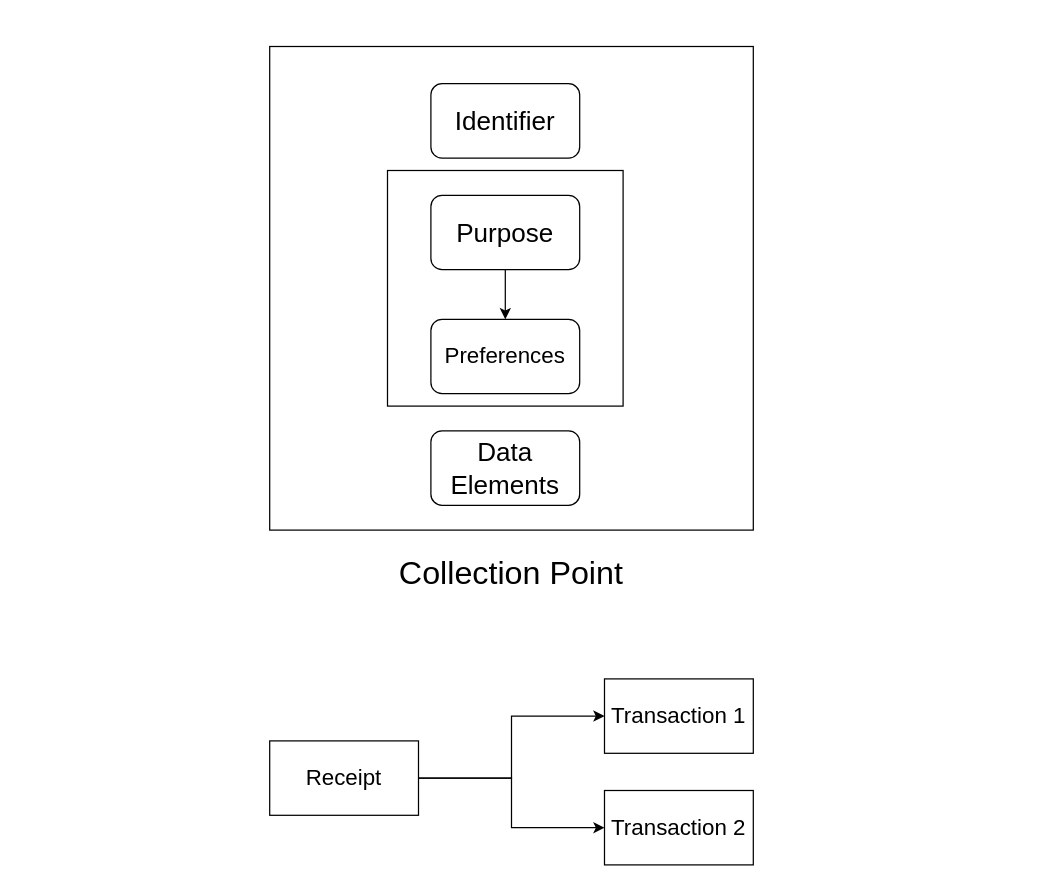
flatbox-developers/draw.io keeps this draw.io diagram as ot-training.drawio. Above is the earlier version. Source tidied: cells renumbered, new cells numbered last; positions are measured from the earlier drawing's top-left corner, leaving out a move shared by most shapes. Both pictures are drawn from the tidied source at 124%, with x=0, y=0 at pixel (269, 46).
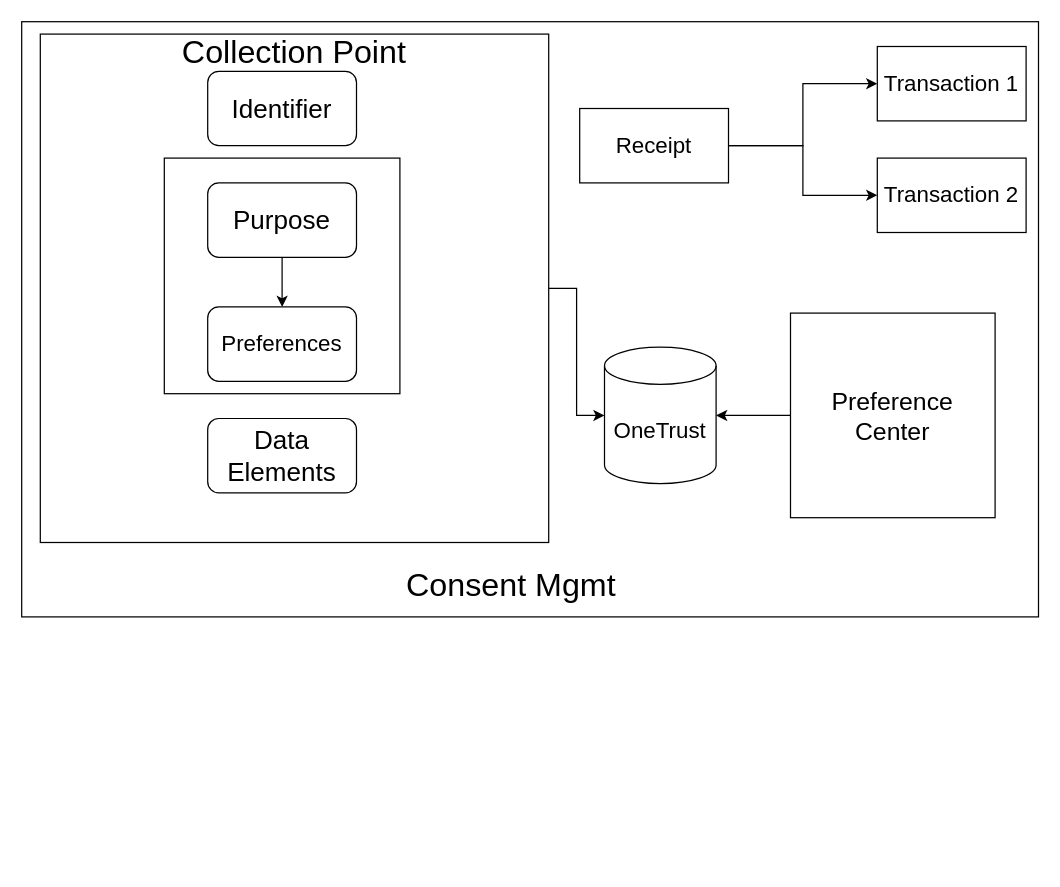
After the change.

Commit message:
consent mgmt overall

What changed in the source:
```diff
@@
+    <mxCell id="15" style="rounded=0;whiteSpace=wrap;html=1;" parent="1" vertex="1">
+      <mxGeometry x="-200" y="-20" width="820" height="480" as="geometry" />
+    </mxCell>
     <mxCell id="2" style="whiteSpace=wrap;html=1;" parent="1" vertex="1">
-      <mxGeometry width="390" height="390" as="geometry" />
+      <mxGeometry x="-185" y="-10" width="410" height="410" as="geometry" />
     </mxCell>
     <mxCell id="3" value="&lt;font style=&quot;font-size: 21px;&quot;&gt;Identifier&lt;/font&gt;" style="rounded=1;whiteSpace=wrap;html=1;" parent="1" vertex="1">
-      <mxGeometry x="130" y="30" width="120" height="60" as="geometry" />
+      <mxGeometry x="-50" y="20" width="120" height="60" as="geometry" />
     </mxCell>
     <mxCell id="4" style="whiteSpace=wrap;html=1;" parent="1" vertex="1">
-      <mxGeometry x="95" y="100" width="190" height="190" as="geometry" />
+      <mxGeometry x="-85" y="90" width="190" height="190" as="geometry" />
     </mxCell>
@@
     <mxCell id="6" value="&lt;font style=&quot;font-size: 21px;&quot;&gt;Purpose&lt;/font&gt;" style="rounded=1;whiteSpace=wrap;html=1;" parent="1" vertex="1">
-      <mxGeometry x="130" y="120" width="120" height="60" as="geometry" />
+      <mxGeometry x="-50" y="110" width="120" height="60" as="geometry" />
     </mxCell>
     <mxCell id="7" value="&lt;font style=&quot;font-size: 18px;&quot;&gt;Preferences&lt;/font&gt;" style="rounded=1;whiteSpace=wrap;html=1;" parent="1" vertex="1">
-      <mxGeometry x="130" y="220" width="120" height="60" as="geometry" />
+      <mxGeometry x="-50" y="210" width="120" height="60" as="geometry" />
     </mxCell>
     <mxCell id="8" value="&lt;font style=&quot;font-size: 21px;&quot;&gt;Data Elements&lt;/font&gt;" style="rounded=1;whiteSpace=wrap;html=1;" parent="1" vertex="1">
-      <mxGeometry x="130" y="310" width="120" height="60" as="geometry" />
+      <mxGeometry x="-50" y="300" width="120" height="60" as="geometry" />
     </mxCell>
     <mxCell id="9" value="&lt;font style=&quot;font-size: 26px;&quot;&gt;Collection Point&lt;/font&gt;" style="text;html=1;align=center;verticalAlign=middle;whiteSpace=wrap;rounded=0;" parent="1" vertex="1">
-      <mxGeometry x="60" y="400" width="270" height="50" as="geometry" />
+      <mxGeometry x="-115" y="-20" width="270" height="50" as="geometry" />
     </mxCell>
     <mxCell id="10" value="&lt;font style=&quot;font-size: 18px;&quot;&gt;Transaction 1&lt;/font&gt;" style="rounded=0;whiteSpace=wrap;html=1;" parent="1" vertex="1">
-      <mxGeometry x="270" y="510" width="120" height="60" as="geometry" />
+      <mxGeometry x="490" width="120" height="60" as="geometry" />
     </mxCell>
     <mxCell id="11" value="&lt;font style=&quot;font-size: 18px;&quot;&gt;Transaction 2&lt;/font&gt;" style="rounded=0;whiteSpace=wrap;html=1;" parent="1" vertex="1">
-      <mxGeometry x="270" y="600" width="120" height="60" as="geometry" />
+      <mxGeometry x="490" y="90" width="120" height="60" as="geometry" />
     </mxCell>
@@
     <mxCell id="14" value="&lt;font style=&quot;font-size: 18px;&quot;&gt;Receipt&lt;/font&gt;" style="rounded=0;whiteSpace=wrap;html=1;" parent="1" vertex="1">
-      <mxGeometry y="560" width="120" height="60" as="geometry" />
+      <mxGeometry x="250" y="50" width="120" height="60" as="geometry" />
     </mxCell>
+    <mxCell id="16" value="&lt;font style=&quot;font-size: 18px;&quot;&gt;OneTrust&lt;/font&gt;" style="shape=cylinder3;whiteSpace=wrap;html=1;boundedLbl=1;backgroundOutline=1;size=15;" parent="1" vertex="1">
+      <mxGeometry x="270" y="242.5" width="90" height="110" as="geometry" />
+    </mxCell>
+    <mxCell id="17" style="edgeStyle=orthogonalEdgeStyle;rounded=0;jettySize=auto;html=1;entryX=0;entryY=0.5;entryDx=0;entryDy=0;entryPerimeter=0;" parent="1" edge="1" source="2" target="16">
+      <mxGeometry relative="1" as="geometry" />
+    </mxCell>
+    <mxCell id="18" style="edgeStyle=orthogonalEdgeStyle;rounded=0;jettySize=auto;html=1;entryX=1;entryY=0.5;entryDx=0;entryDy=0;entryPerimeter=0;" parent="1" edge="1" source="19" target="16">
+      <mxGeometry relative="1" as="geometry" />
+    </mxCell>
+    <mxCell id="19" value="&lt;font style=&quot;font-size: 20px;&quot;&gt;Preference Center&lt;/font&gt;" style="whiteSpace=wrap;html=1;" parent="1" vertex="1">
+      <mxGeometry x="420" y="215" width="165" height="165" as="geometry" />
+    </mxCell>
+    <mxCell id="20" value="&lt;font style=&quot;font-size: 26px;&quot;&gt;Consent Mgmt&lt;/font&gt;" style="text;html=1;align=center;verticalAlign=middle;whiteSpace=wrap;rounded=0;" parent="1" vertex="1">
+      <mxGeometry x="60" y="410" width="270" height="50" as="geometry" />
+    </mxCell>
```
